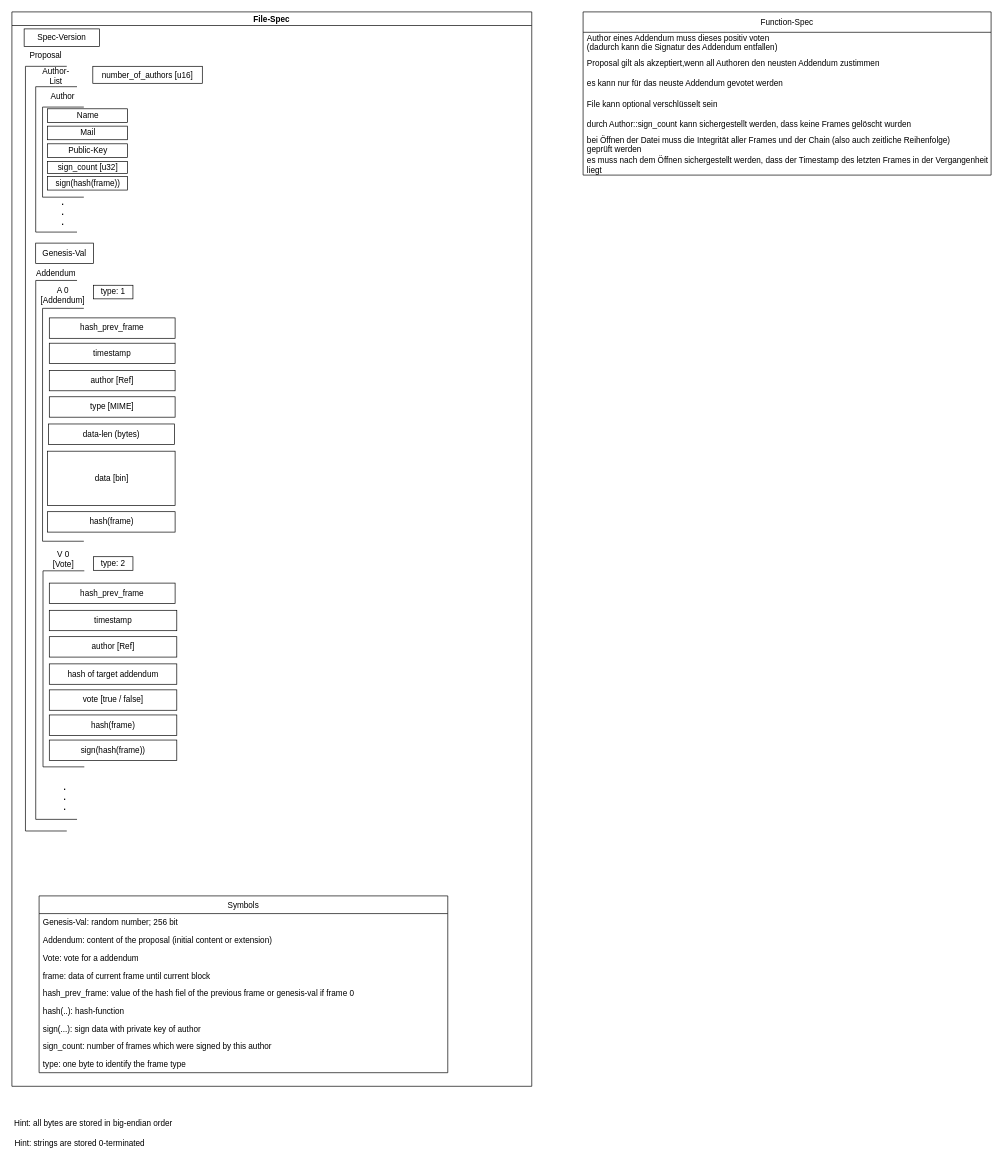
Before: misc/diagrams/File_Spec.drawio in Max-F-Helm/Signage, a draw.io diagram. Source tidied: cells renumbered, new cells numbered last; positions are measured from the earlier drawing's top-left corner, leaving out a move shared by most shapes. Both pictures are drawn from the tidied source at 68%, with x=0, y=0 at pixel (-337, 12).
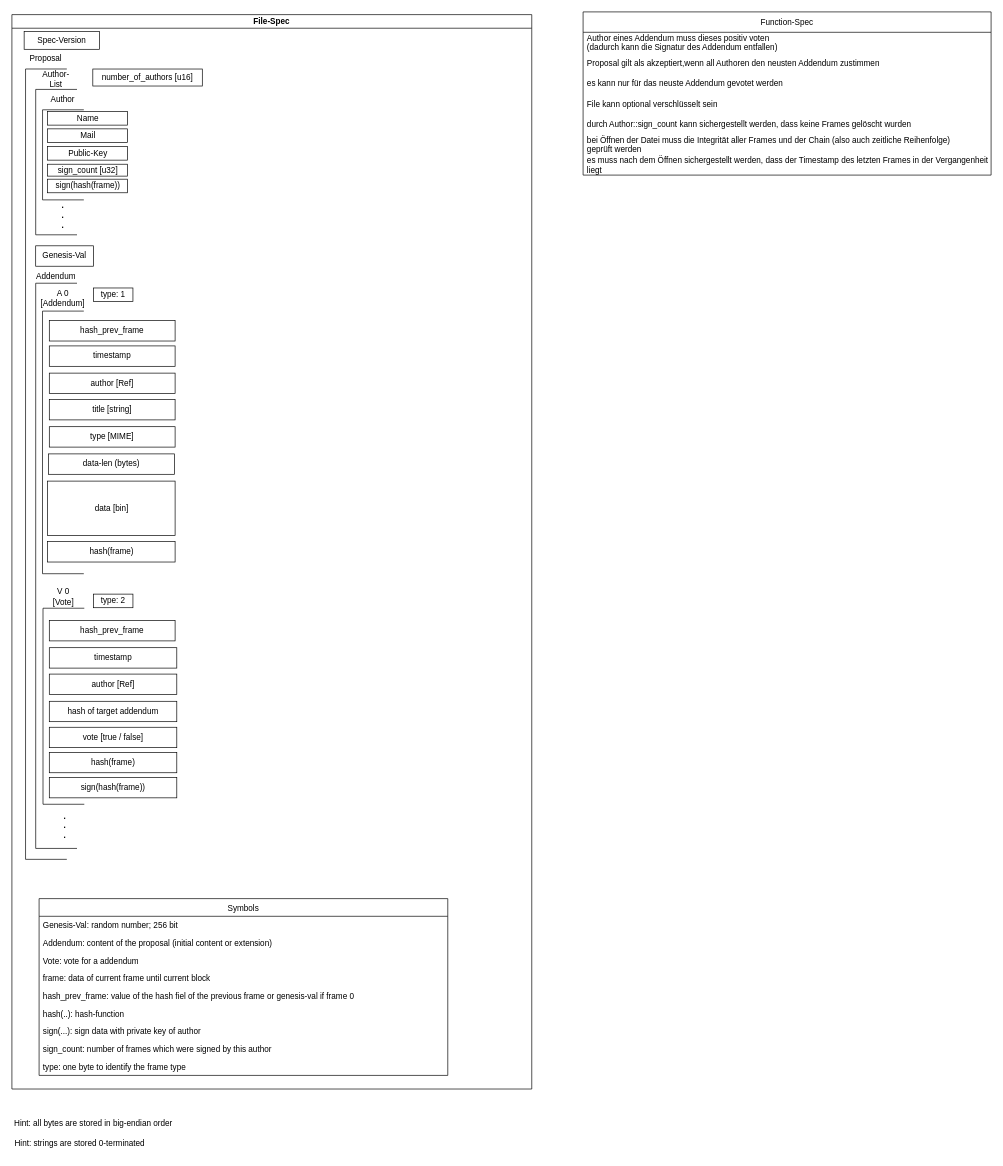
After the change.

Commit message (it also covers changes not shown here):
add title field to Addendum

Diff of the diagram source:
```diff
@@
     <mxCell id="2" value="File-Spec" style="swimlane;startSize=20;" parent="1" vertex="1">
-      <mxGeometry x="512" width="764.5" height="1580" as="geometry" />
+      <mxGeometry x="512" y="4" width="764.5" height="1580" as="geometry" />
     </mxCell>
     <mxCell id="3" style="shape=partialRectangle;whiteSpace=wrap;html=1;bottom=1;right=1;left=1;top=0;fillColor=none;routingCenterX=-0.5;rotation=90;" parent="2" vertex="1">
-      <mxGeometry x="-512.3" y="612.3" width="1124.5" height="60" as="geometry" />
+      <mxGeometry x="-531.1" y="631.1" width="1162.3" height="60" as="geometry" />
     </mxCell>
@@
     <mxCell id="14" style="shape=partialRectangle;whiteSpace=wrap;html=1;bottom=1;right=1;left=1;top=0;fillColor=none;routingCenterX=-0.5;rotation=90;" parent="2" vertex="1">
-      <mxGeometry x="-331.2" y="761.2" width="792.5" height="60" as="geometry" />
+      <mxGeometry x="-350.6" y="780.6" width="831.2" height="60" as="geometry" />
     </mxCell>
@@
     <mxCell id="16" style="shape=partialRectangle;whiteSpace=wrap;html=1;bottom=1;right=1;left=1;top=0;fillColor=none;routingCenterX=-0.5;rotation=90;" parent="2" vertex="1">
-      <mxGeometry x="-96.2" y="577.2" width="342.5" height="60" as="geometry" />
+      <mxGeometry x="-118.1" y="599.1" width="386.2" height="60" as="geometry" />
     </mxCell>
@@
     <mxCell id="20" value="type [MIME]" style="text;html=1;strokeColor=default;fillColor=none;align=center;verticalAlign=middle;whiteSpace=wrap;rounded=0;" parent="2" vertex="1">
-      <mxGeometry x="55" y="566" width="185" height="30" as="geometry" />
+      <mxGeometry x="55" y="606" width="185" height="30" as="geometry" />
     </mxCell>
     <mxCell id="21" value="data-len (bytes)" style="text;html=1;strokeColor=default;fillColor=none;align=center;verticalAlign=middle;whiteSpace=wrap;rounded=0;" parent="2" vertex="1">
-      <mxGeometry x="54" y="606" width="185" height="30" as="geometry" />
+      <mxGeometry x="54" y="646" width="185" height="30" as="geometry" />
     </mxCell>
     <mxCell id="22" value="data [bin]" style="text;html=1;strokeColor=default;fillColor=none;align=center;verticalAlign=middle;whiteSpace=wrap;rounded=0;" parent="2" vertex="1">
-      <mxGeometry x="52.5" y="646" width="187.5" height="80" as="geometry" />
+      <mxGeometry x="52.5" y="686" width="187.5" height="80" as="geometry" />
     </mxCell>
@@
     <mxCell id="24" value="&lt;div&gt;&lt;b&gt;.&lt;/b&gt;&lt;/div&gt;&lt;div&gt;&lt;b&gt;.&lt;/b&gt;&lt;/div&gt;&lt;div&gt;&lt;b&gt;.&lt;br&gt;&lt;/b&gt;&lt;/div&gt;" style="text;html=1;strokeColor=none;fillColor=none;align=center;verticalAlign=middle;whiteSpace=wrap;rounded=0;" parent="2" vertex="1">
-      <mxGeometry x="47.5" y="1140" width="60" height="30" as="geometry" />
+      <mxGeometry x="47.5" y="1178" width="60" height="30" as="geometry" />
     </mxCell>
     <mxCell id="25" style="shape=partialRectangle;whiteSpace=wrap;html=1;bottom=1;right=1;left=1;top=0;fillColor=none;routingCenterX=-0.5;rotation=90;" parent="2" vertex="1">
-      <mxGeometry x="-68.4" y="936.1" width="288.3" height="60" as="geometry" />
+      <mxGeometry x="-68.4" y="987.1" width="288.3" height="60" as="geometry" />
     </mxCell>
     <mxCell id="26" value="&lt;div&gt;V 0&lt;/div&gt;[Vote]" style="text;html=1;strokeColor=none;fillColor=none;align=center;verticalAlign=middle;whiteSpace=wrap;rounded=0;" parent="2" vertex="1">
-      <mxGeometry x="45.8" y="790" width="60" height="30" as="geometry" />
+      <mxGeometry x="45.8" y="841" width="60" height="30" as="geometry" />
     </mxCell>
     <mxCell id="27" value="timestamp" style="text;html=1;strokeColor=default;fillColor=none;align=center;verticalAlign=middle;whiteSpace=wrap;rounded=0;" parent="2" vertex="1">
-      <mxGeometry x="55" y="880" width="187.5" height="30" as="geometry" />
+      <mxGeometry x="55" y="931" width="187.5" height="30" as="geometry" />
     </mxCell>
     <mxCell id="28" value="author [Ref]" style="text;html=1;strokeColor=default;fillColor=none;align=center;verticalAlign=middle;whiteSpace=wrap;rounded=0;" parent="2" vertex="1">
-      <mxGeometry x="55" y="918.8" width="187.5" height="30" as="geometry" />
+      <mxGeometry x="55" y="969.8" width="187.5" height="30" as="geometry" />
     </mxCell>
     <mxCell id="29" value="hash(frame)" style="text;html=1;strokeColor=default;fillColor=none;align=center;verticalAlign=middle;whiteSpace=wrap;rounded=0;" parent="2" vertex="1">
-      <mxGeometry x="55" y="1033.9" width="187.5" height="30" as="geometry" />
+      <mxGeometry x="55" y="1084.9" width="187.5" height="30" as="geometry" />
     </mxCell>
     <mxCell id="30" value="vote [true / false]" style="text;html=1;strokeColor=default;fillColor=none;align=center;verticalAlign=middle;whiteSpace=wrap;rounded=0;" parent="2" vertex="1">
-      <mxGeometry x="55" y="997" width="187.5" height="30" as="geometry" />
+      <mxGeometry x="55" y="1048" width="187.5" height="30" as="geometry" />
     </mxCell>
     <mxCell id="31" value="sign(hash(frame))" style="text;html=1;strokeColor=default;fillColor=none;align=center;verticalAlign=middle;whiteSpace=wrap;rounded=0;" parent="2" vertex="1">
-      <mxGeometry x="55" y="1070.8" width="187.5" height="30" as="geometry" />
+      <mxGeometry x="55" y="1121.8" width="187.5" height="30" as="geometry" />
     </mxCell>
@@
     <mxCell id="42" value="hash of target addendum" style="text;html=1;strokeColor=default;fillColor=none;align=center;verticalAlign=middle;whiteSpace=wrap;rounded=0;" parent="2" vertex="1">
-      <mxGeometry x="55" y="958.8" width="187.5" height="30" as="geometry" />
+      <mxGeometry x="55" y="1009.8" width="187.5" height="30" as="geometry" />
     </mxCell>
     <mxCell id="43" value="hash(frame)" style="text;html=1;strokeColor=default;fillColor=none;align=center;verticalAlign=middle;whiteSpace=wrap;rounded=0;" parent="2" vertex="1">
-      <mxGeometry x="52.5" y="735" width="187.5" height="30" as="geometry" />
+      <mxGeometry x="52.5" y="775" width="187.5" height="30" as="geometry" />
     </mxCell>
     <mxCell id="44" value="hash_prev_frame" style="text;html=1;strokeColor=default;fillColor=none;align=center;verticalAlign=middle;whiteSpace=wrap;rounded=0;" parent="2" vertex="1">
-      <mxGeometry x="55" y="840" width="185" height="30" as="geometry" />
+      <mxGeometry x="55" y="891" width="185" height="30" as="geometry" />
     </mxCell>
@@
     <mxCell id="49" value="type: 2" style="rounded=0;whiteSpace=wrap;html=1;" parent="2" vertex="1">
-      <mxGeometry x="120" y="801.2" width="58" height="20" as="geometry" />
+      <mxGeometry x="120" y="852.2" width="58" height="20" as="geometry" />
     </mxCell>
@@
+    <mxCell id="61" value="title [string]" style="rounded=0;whiteSpace=wrap;html=1;" parent="2" vertex="1">
+      <mxGeometry x="55" y="566" width="185" height="30" as="geometry" />
+    </mxCell>
```
